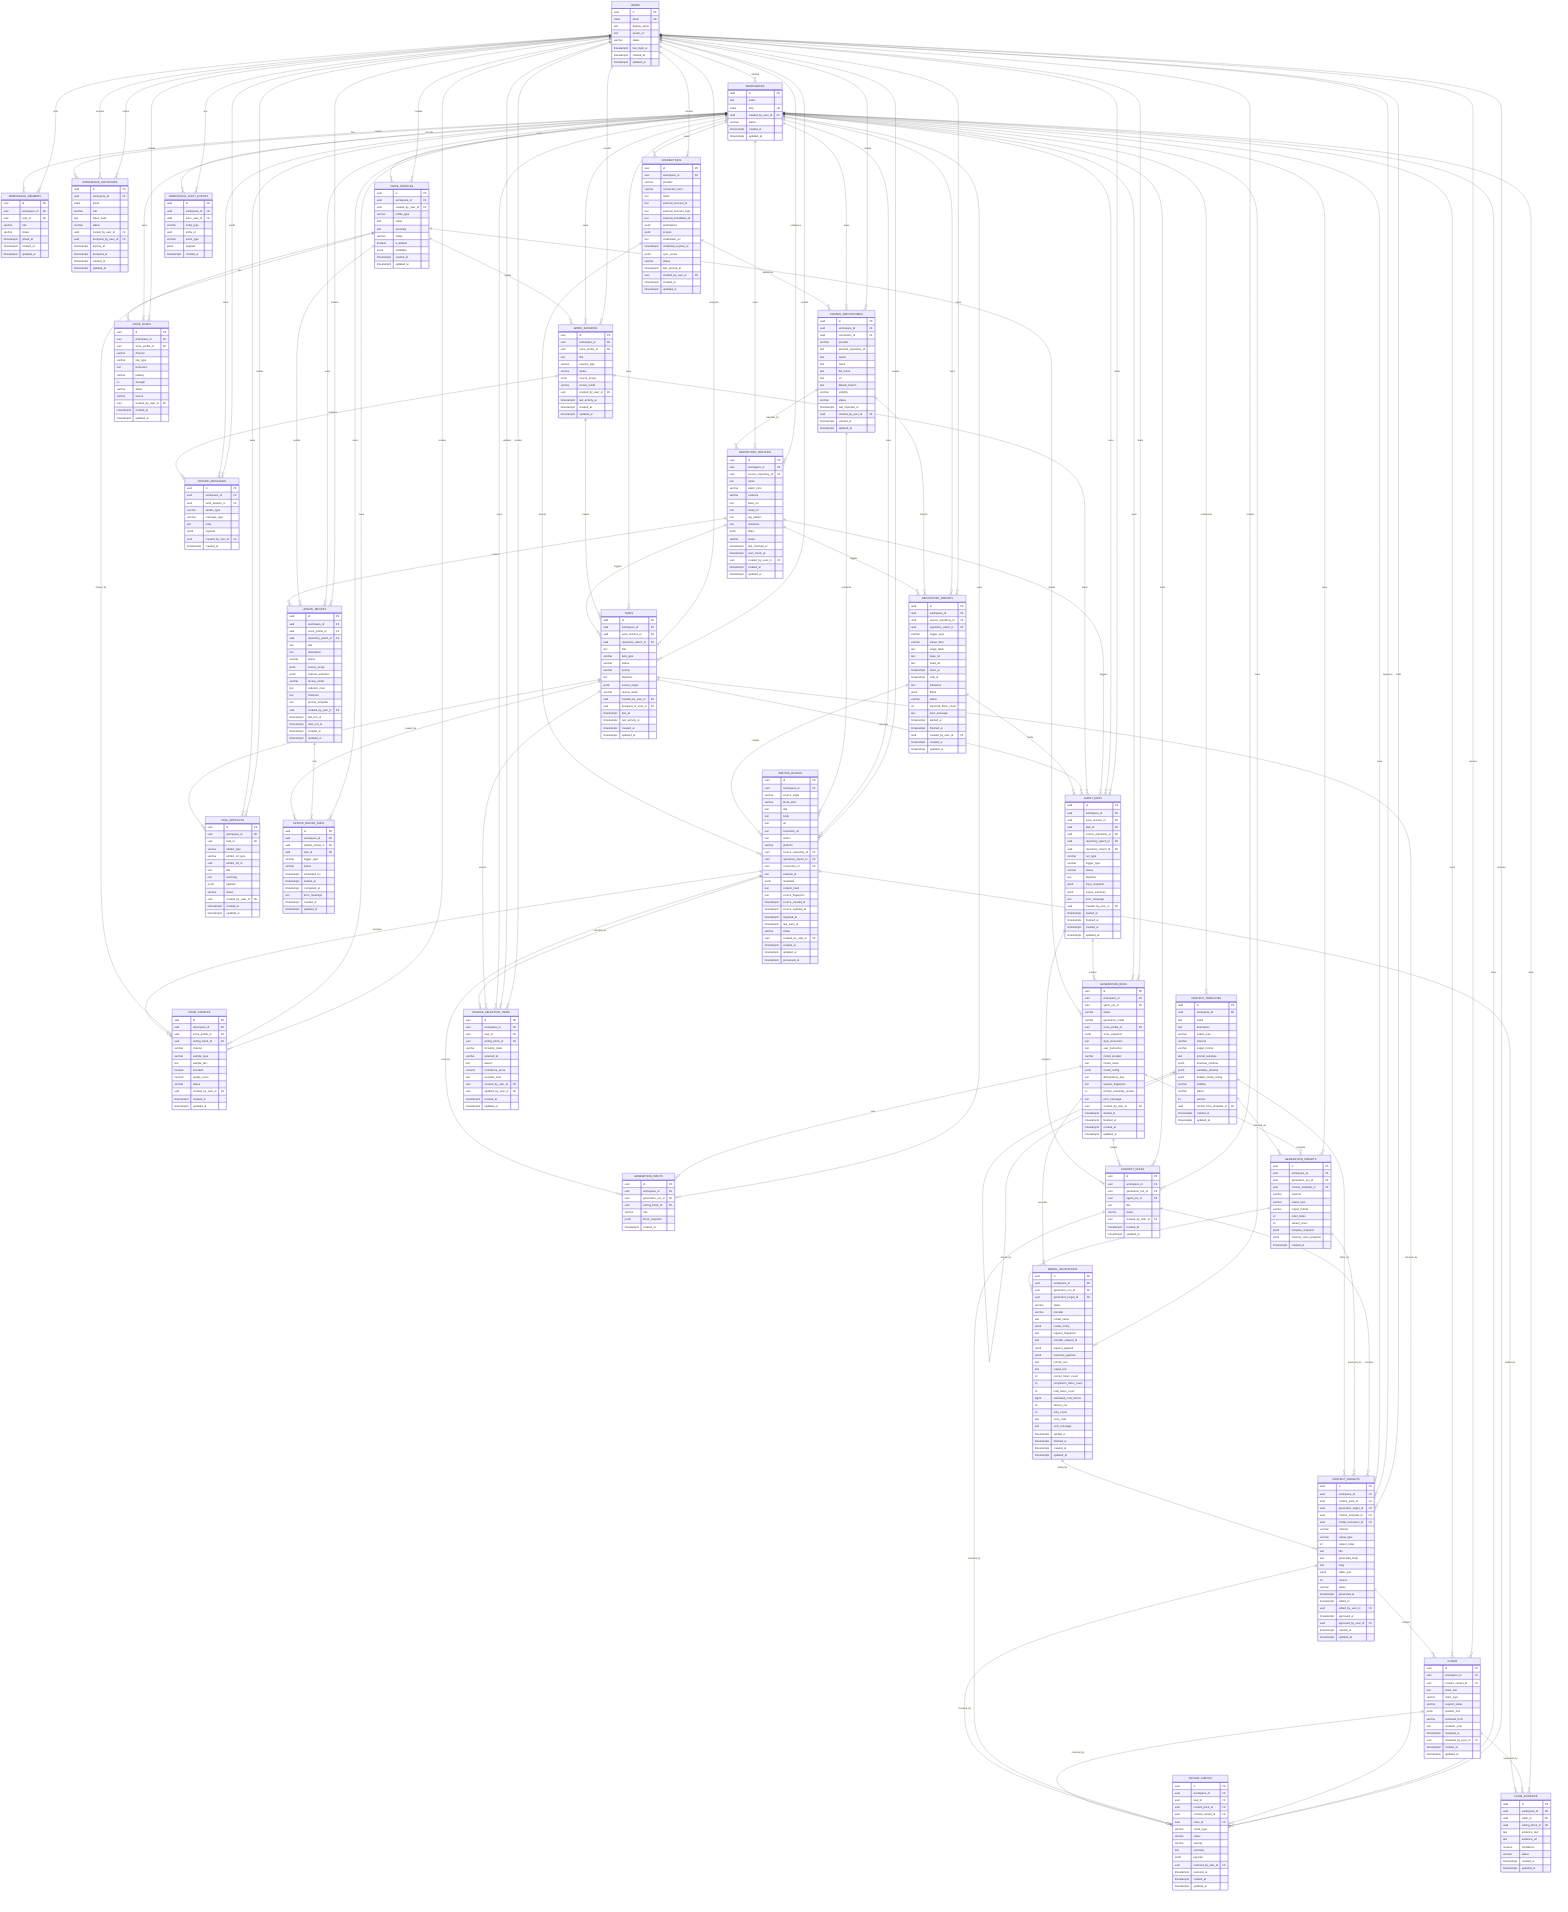
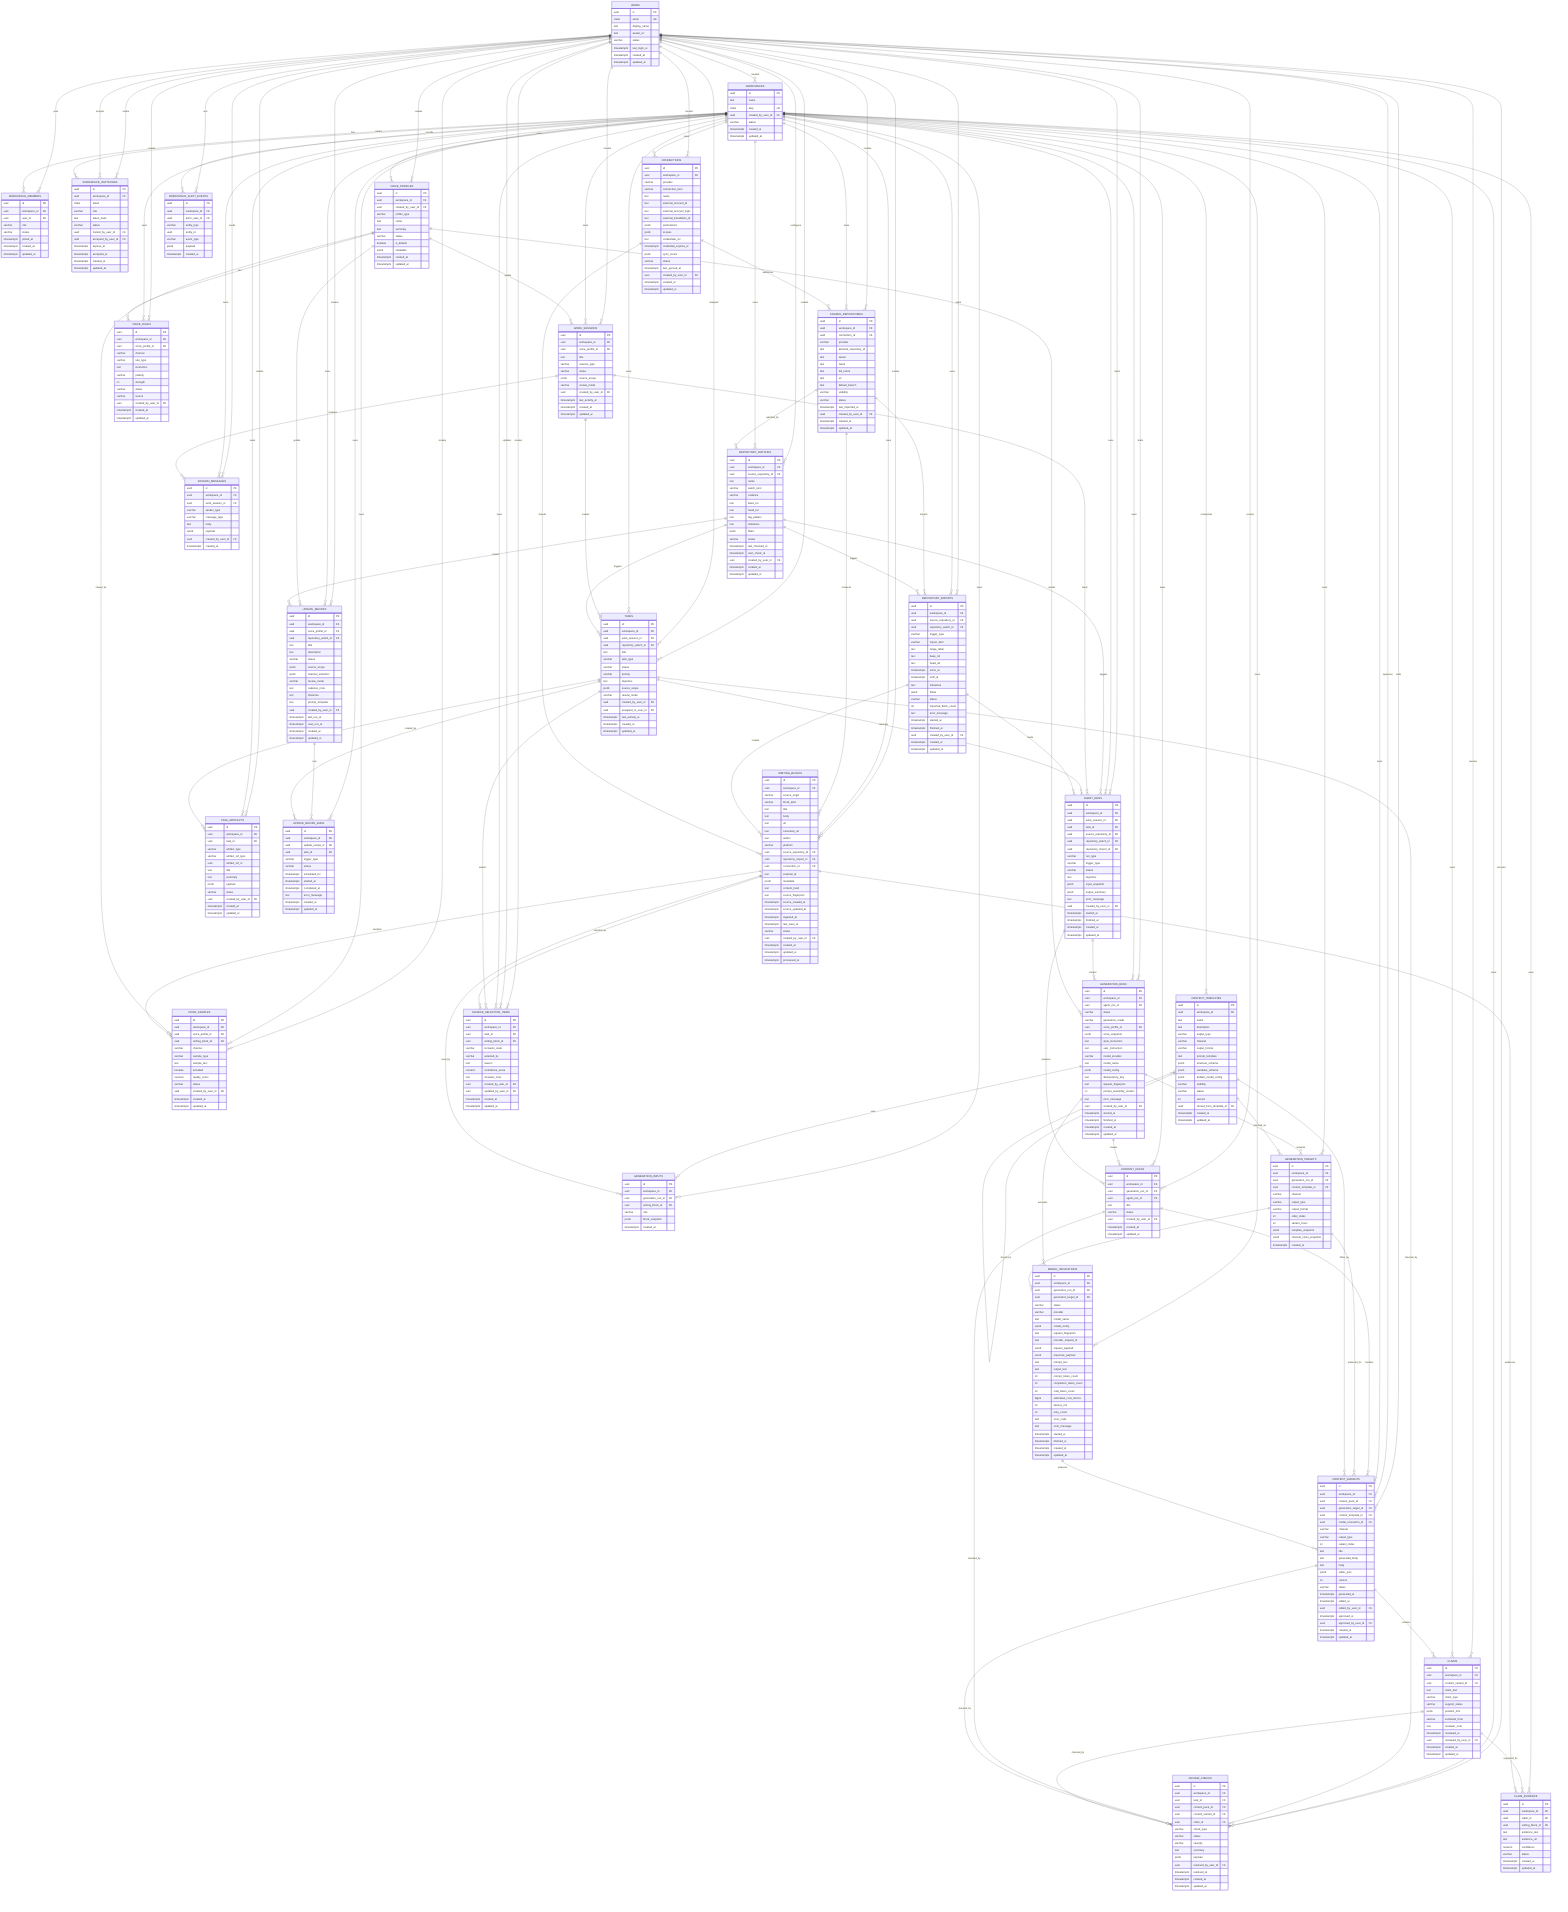
erDiagram
    USERS {
        uuid id PK
        citext email UK
        text display_name
        text avatar_url
        varchar status
        timestamptz last_login_at
        timestamptz created_at
        timestamptz updated_at
    }

    WORKSPACES {
        uuid id PK
        text name
        citext slug UK
        uuid created_by_user_id FK
        varchar status
        timestamptz created_at
        timestamptz updated_at
    }

    WORKSPACE_MEMBERS {
        uuid id PK
        uuid workspace_id FK
        uuid user_id FK
        varchar role
        varchar status
        timestamptz joined_at
        timestamptz created_at
        timestamptz updated_at
    }

    WORKSPACE_INVITATIONS {
        uuid id PK
        uuid workspace_id FK
        citext email
        varchar role
        text token_hash
        varchar status
        uuid invited_by_user_id FK
        uuid accepted_by_user_id FK
        timestamptz expires_at
        timestamptz accepted_at
        timestamptz created_at
        timestamptz updated_at
    }

    SOURCE_REPOSITORIES {
        uuid id PK
        uuid workspace_id FK
        uuid connection_id FK
        varchar provider
        text external_repository_id
        text owner
        text name
        text full_name
        text url
        text default_branch
        varchar visibility
        varchar status
        timestamptz last_imported_at
        uuid created_by_user_id FK
        timestamptz created_at
        timestamptz updated_at
    }

    REPOSITORY_WATCHES {
        uuid id PK
        uuid workspace_id FK
        uuid source_repository_id FK
        text name
        varchar watch_kind
        varchar cadence
        text base_ref
        text head_ref
        text tag_pattern
        text milestone
        jsonb filters
        varchar status
        timestamptz last_checked_at
        timestamptz next_check_at
        uuid created_by_user_id FK
        timestamptz created_at
        timestamptz updated_at
    }

    REPOSITORY_IMPORTS {
        uuid id PK
        uuid workspace_id FK
        uuid source_repository_id FK
        uuid repository_watch_id FK
        varchar trigger_type
        varchar import_kind
        text range_label
        text base_ref
        text head_ref
        timestamptz since_at
        timestamptz until_at
        text milestone
        jsonb filters
        varchar status
        int imported_block_count
        text error_message
        timestamptz started_at
        timestamptz finished_at
        uuid created_by_user_id FK
        timestamptz created_at
        timestamptz updated_at
    }

    CONNECTIONS {
        uuid id PK
        uuid workspace_id FK
        varchar provider
        varchar connection_kind
        text name
        text external_account_id
        text external_account_login
        text external_installation_id
        jsonb permissions
        jsonb scopes
        text credentials_ref
        timestamptz credential_expires_at
        jsonb sync_cursor
        varchar status
        timestamptz last_synced_at
        uuid created_by_user_id FK
        timestamptz created_at
        timestamptz updated_at
    }

    WRITING_BLOCKS {
        uuid id PK
        uuid workspace_id FK
        varchar source_origin
        varchar block_kind
        text title
        text body
        text url
        text canonical_url
        text author
        varchar platform
        uuid source_repository_id FK
        uuid repository_import_id FK
        uuid connection_id FK
        text external_id
        jsonb metadata
        text content_hash
        text source_fingerprint
        timestamptz source_created_at
        timestamptz source_updated_at
        timestamptz ingested_at
        timestamptz last_seen_at
        varchar status
        uuid created_by_user_id FK
        timestamptz created_at
        timestamptz updated_at
        timestamptz processed_at
    }

    VOICE_PROFILES {
        uuid id PK
        uuid workspace_id FK
        uuid created_by_user_id FK
        varchar profile_type
        text name
        text summary
        varchar status
        boolean is_default
        jsonb metadata
        timestamptz created_at
        timestamptz updated_at
    }

    VOICE_SAMPLES {
        uuid id PK
        uuid workspace_id FK
        uuid voice_profile_id FK
        uuid writing_block_id FK
        varchar channel
        varchar sample_type
        text sample_text
        boolean included
        numeric quality_score
        varchar status
        uuid created_by_user_id FK
        timestamptz created_at
        timestamptz updated_at
    }

    VOICE_RULES {
        uuid id PK
        uuid workspace_id FK
        uuid voice_profile_id FK
        varchar channel
        varchar rule_type
        text instruction
        varchar polarity
        int strength
        varchar status
        varchar source
        uuid created_by_user_id FK
        timestamptz created_at
        timestamptz updated_at
    }

    CONTENT_TEMPLATES {
        uuid id PK
        uuid workspace_id FK
        text name
        text description
        varchar output_type
        varchar channel
        varchar output_format
        text prompt_template
        jsonb structure_schema
        jsonb variables_schema
        jsonb default_model_config
        varchar visibility
        varchar status
        int version
        uuid cloned_from_template_id FK
        timestamptz created_at
        timestamptz updated_at
    }

    WORK_SESSIONS {
        uuid id PK
        uuid workspace_id FK
        uuid voice_profile_id FK
        text title
        varchar session_type
        varchar status
        jsonb source_scope
        varchar review_mode
        uuid created_by_user_id FK
        timestamptz last_activity_at
        timestamptz created_at
        timestamptz updated_at
    }

    SESSION_MESSAGES {
        uuid id PK
        uuid workspace_id FK
        uuid work_session_id FK
        varchar sender_type
        varchar message_type
        text body
        jsonb payload
        uuid created_by_user_id FK
        timestamptz created_at
    }

    TASKS {
        uuid id PK
        uuid workspace_id FK
        uuid work_session_id FK
        uuid repository_watch_id FK
        text title
        varchar task_type
        varchar status
        varchar priority
        text objective
        jsonb source_scope
        varchar review_mode
        uuid created_by_user_id FK
        uuid assigned_to_user_id FK
-         timestamptz due_at
        timestamptz last_activity_at
        timestamptz created_at
        timestamptz updated_at
    }

    TASK_ARTIFACTS {
        uuid id PK
        uuid workspace_id FK
        uuid task_id FK
        varchar artifact_type
        varchar artifact_ref_type
        uuid artifact_ref_id
        text title
        text summary
        jsonb payload
        varchar status
        uuid created_by_user_id FK
        timestamptz created_at
        timestamptz updated_at
    }

    SOURCE_SELECTION_ITEMS {
        uuid id PK
        uuid workspace_id FK
        uuid task_id FK
        uuid writing_block_id FK
        varchar inclusion_state
        varchar selected_by
        text reason
        numeric confidence_score
        text reviewer_note
        uuid created_by_user_id FK
        uuid updated_by_user_id FK
        timestamptz created_at
        timestamptz updated_at
    }

    REVIEW_CHECKS {
        uuid id PK
        uuid workspace_id FK
        uuid task_id FK
        uuid content_pack_id FK
        uuid content_variant_id FK
        uuid claim_id FK
        varchar check_type
        varchar status
        varchar severity
        text summary
        jsonb payload
        uuid resolved_by_user_id FK
        timestamptz resolved_at
        timestamptz created_at
        timestamptz updated_at
    }

    UPDATE_RECIPES {
        uuid id PK
        uuid workspace_id FK
        uuid voice_profile_id FK
        uuid repository_watch_id FK
        text title
        text description
        varchar status
        jsonb source_scope
        jsonb channel_selection
        varchar review_mode
        text cadence_rrule
        text timezone
        text prompt_template
        uuid created_by_user_id FK
        timestamptz last_run_at
        timestamptz next_run_at
        timestamptz created_at
        timestamptz updated_at
    }

    UPDATE_RECIPE_RUNS {
        uuid id PK
        uuid workspace_id FK
        uuid update_recipe_id FK
        uuid task_id FK
        varchar trigger_type
        varchar status
        timestamptz scheduled_for
        timestamptz started_at
        timestamptz completed_at
        text error_message
        timestamptz created_at
        timestamptz updated_at
    }

    AGENT_RUNS {
        uuid id PK
        uuid workspace_id FK
        uuid work_session_id FK
        uuid task_id FK
        uuid source_repository_id FK
        uuid repository_watch_id FK
        uuid repository_import_id FK
        varchar run_type
        varchar trigger_type
        varchar status
        text objective
        jsonb input_snapshot
        jsonb output_summary
        text error_message
        uuid created_by_user_id FK
        timestamptz started_at
        timestamptz finished_at
        timestamptz created_at
        timestamptz updated_at
    }

    GENERATION_RUNS {
        uuid id PK
        uuid workspace_id FK
        uuid agent_run_id FK
        varchar status
        varchar generation_mode
        uuid voice_profile_id FK
        jsonb voice_snapshot
        text style_instruction
        text user_instruction
        varchar model_provider
        text model_name
        jsonb model_config
        text idempotency_key
        text request_fingerprint
        int prompt_assembly_version
        text error_message
        uuid created_by_user_id FK
        timestamptz started_at
        timestamptz finished_at
        timestamptz created_at
        timestamptz updated_at
    }

    GENERATION_INPUTS {
        uuid id PK
        uuid workspace_id FK
        uuid generation_run_id FK
        uuid writing_block_id FK
        varchar role
        jsonb block_snapshot
        timestamptz created_at
    }

    GENERATION_TARGETS {
        uuid id PK
        uuid workspace_id FK
        uuid generation_run_id FK
        uuid content_template_id FK
        varchar channel
        varchar output_type
        varchar output_format
        int order_index
        int variant_count
        jsonb template_snapshot
        jsonb channel_voice_snapshot
        timestamptz created_at
    }

    MODEL_INVOCATIONS {
        uuid id PK
        uuid workspace_id FK
        uuid generation_run_id FK
        uuid generation_target_id FK
        varchar status
        varchar provider
        text model_name
        jsonb model_config
        text request_fingerprint
        text provider_request_id
        jsonb request_payload
        jsonb response_payload
        text prompt_text
        text output_text
        int prompt_token_count
        int completion_token_count
        int total_token_count
        bigint estimated_cost_micros
        int latency_ms
        int retry_count
        text error_code
        text error_message
        timestamptz started_at
        timestamptz finished_at
        timestamptz created_at
        timestamptz updated_at
    }

    CONTENT_PACKS {
        uuid id PK
        uuid workspace_id FK
        uuid generation_run_id FK
        uuid agent_run_id FK
        text title
        varchar status
        uuid created_by_user_id FK
        timestamptz created_at
        timestamptz updated_at
    }

    CONTENT_VARIANTS {
        uuid id PK
        uuid workspace_id FK
        uuid content_pack_id FK
        uuid generation_target_id FK
        uuid content_template_id FK
        uuid model_invocation_id FK
        varchar channel
        varchar output_type
        int variant_index
        text title
        text generated_body
        text body
        jsonb editor_json
        int version
        varchar status
        timestamptz generated_at
        timestamptz edited_at
        uuid edited_by_user_id FK
        timestamptz approved_at
        uuid approved_by_user_id FK
        timestamptz created_at
        timestamptz updated_at
    }

    CLAIMS {
        uuid id PK
        uuid workspace_id FK
        uuid content_variant_id FK
        text claim_text
        varchar claim_type
        varchar support_status
        jsonb position_hint
        varchar extracted_from
        text reviewer_note
        timestamptz reviewed_at
        uuid reviewed_by_user_id FK
        timestamptz created_at
        timestamptz updated_at
    }

    CLAIM_EVIDENCE {
        uuid id PK
        uuid workspace_id FK
        uuid claim_id FK
        uuid writing_block_id FK
        text evidence_text
        text evidence_url
        numeric confidence
        varchar status
        timestamptz created_at
        timestamptz updated_at
    }

    WORKSPACE_AUDIT_EVENTS {
        uuid id PK
        uuid workspace_id FK
        uuid actor_user_id FK
        varchar entity_type
        uuid entity_id
        varchar event_type
        jsonb payload
        timestamptz created_at
    }

    USERS ||--o{ WORKSPACES : created
    USERS ||--o{ WORKSPACE_MEMBERS : joins
    USERS ||--o{ WORKSPACE_INVITATIONS : invites
    USERS ||--o{ WORKSPACE_INVITATIONS : accepts
    USERS ||--o{ SOURCE_REPOSITORIES : creates
    USERS ||--o{ REPOSITORY_WATCHES : configures
    USERS ||--o{ REPOSITORY_IMPORTS : starts
    USERS ||--o{ CONNECTIONS : creates
    USERS ||--o{ WRITING_BLOCKS : creates
    USERS ||--o{ VOICE_PROFILES : creates
    USERS ||--o{ VOICE_SAMPLES : creates
    USERS ||--o{ VOICE_RULES : creates
    USERS ||--o{ WORK_SESSIONS : creates
    USERS ||--o{ SESSION_MESSAGES : sends
    USERS ||--o{ TASKS : creates
    USERS ||--o{ TASKS : assigned
    USERS ||--o{ TASK_ARTIFACTS : creates
    USERS ||--o{ SOURCE_SELECTION_ITEMS : creates
    USERS ||--o{ SOURCE_SELECTION_ITEMS : updates
    USERS ||--o{ REVIEW_CHECKS : resolves
    USERS ||--o{ UPDATE_RECIPES : creates
    USERS ||--o{ AGENT_RUNS : starts
    USERS ||--o{ GENERATION_RUNS : starts
    USERS ||--o{ CONTENT_PACKS : creates
    USERS ||--o{ CONTENT_VARIANTS : edits
    USERS ||--o{ CONTENT_VARIANTS : approves
    USERS ||--o{ CLAIMS : reviews
    USERS ||--o{ WORKSPACE_AUDIT_EVENTS : acts

    WORKSPACES ||--o{ WORKSPACE_MEMBERS : has
    WORKSPACES ||--o{ WORKSPACE_INVITATIONS : invites
    WORKSPACES ||--o{ SOURCE_REPOSITORIES : owns
    WORKSPACES ||--o{ REPOSITORY_WATCHES : owns
    WORKSPACES ||--o{ REPOSITORY_IMPORTS : owns
    WORKSPACES ||--o{ CONNECTIONS : owns
    WORKSPACES ||--o{ WRITING_BLOCKS : owns
    WORKSPACES ||--o{ VOICE_PROFILES : owns
    WORKSPACES ||--o{ VOICE_SAMPLES : owns
    WORKSPACES ||--o{ VOICE_RULES : owns
    WORKSPACES ||--o{ CONTENT_TEMPLATES : customizes
    WORKSPACES ||--o{ WORK_SESSIONS : owns
    WORKSPACES ||--o{ SESSION_MESSAGES : owns
    WORKSPACES ||--o{ TASKS : owns
    WORKSPACES ||--o{ TASK_ARTIFACTS : owns
    WORKSPACES ||--o{ SOURCE_SELECTION_ITEMS : owns
    WORKSPACES ||--o{ REVIEW_CHECKS : owns
    WORKSPACES ||--o{ UPDATE_RECIPES : owns
    WORKSPACES ||--o{ UPDATE_RECIPE_RUNS : owns
    WORKSPACES ||--o{ AGENT_RUNS : owns
    WORKSPACES ||--o{ GENERATION_RUNS : owns
    WORKSPACES ||--o{ GENERATION_INPUTS : owns
    WORKSPACES ||--o{ GENERATION_TARGETS : owns
    WORKSPACES ||--o{ MODEL_INVOCATIONS : owns
    WORKSPACES ||--o{ CONTENT_PACKS : owns
    WORKSPACES ||--o{ CONTENT_VARIANTS : owns
    WORKSPACES ||--o{ CLAIMS : owns
    WORKSPACES ||--o{ CLAIM_EVIDENCE : owns
    WORKSPACES ||--o{ WORKSPACE_AUDIT_EVENTS : records

    CONNECTIONS ||--o{ SOURCE_REPOSITORIES : authorizes
    SOURCE_REPOSITORIES ||--o{ REPOSITORY_WATCHES : watched_by
    SOURCE_REPOSITORIES ||--o{ REPOSITORY_IMPORTS : imports
    REPOSITORY_WATCHES ||--o{ REPOSITORY_IMPORTS : triggers
    SOURCE_REPOSITORIES ||--o{ WRITING_BLOCKS : produces
    REPOSITORY_IMPORTS ||--o{ WRITING_BLOCKS : creates
    CONNECTIONS ||--o{ WRITING_BLOCKS : imports
    VOICE_PROFILES ||--o{ VOICE_SAMPLES : trained_by
    WRITING_BLOCKS ||--o{ VOICE_SAMPLES : samples
    VOICE_PROFILES ||--o{ VOICE_RULES : has
    CONTENT_TEMPLATES ||--o{ CONTENT_TEMPLATES : cloned_by

    VOICE_PROFILES ||--o{ WORK_SESSIONS : guides
    WORK_SESSIONS ||--o{ SESSION_MESSAGES : contains
    WORK_SESSIONS ||--o{ TASKS : creates
    REPOSITORY_WATCHES ||--o{ TASKS : triggers
    TASKS ||--o{ TASK_ARTIFACTS : produces
    TASKS ||--o{ SOURCE_SELECTION_ITEMS : selects
    WRITING_BLOCKS ||--o{ SOURCE_SELECTION_ITEMS : selected_as
    TASKS ||--o{ REVIEW_CHECKS : checked_by
    CONTENT_PACKS ||--o{ REVIEW_CHECKS : checked_by
    CONTENT_VARIANTS ||--o{ REVIEW_CHECKS : checked_by
    CLAIMS ||--o{ REVIEW_CHECKS : checked_by
    VOICE_PROFILES ||--o{ UPDATE_RECIPES : guides
    REPOSITORY_WATCHES ||--o{ UPDATE_RECIPES : scopes
    UPDATE_RECIPES ||--o{ UPDATE_RECIPE_RUNS : runs
    TASKS ||--o{ UPDATE_RECIPE_RUNS : created_by

    REPOSITORY_WATCHES ||--o{ AGENT_RUNS : triggers
    WORK_SESSIONS ||--o{ AGENT_RUNS : starts
    TASKS ||--o{ AGENT_RUNS : executes
    REPOSITORY_IMPORTS ||--o{ AGENT_RUNS : feeds
    AGENT_RUNS ||--o{ GENERATION_RUNS : creates
    VOICE_PROFILES ||--o{ GENERATION_RUNS : guides
    GENERATION_RUNS ||--o{ GENERATION_INPUTS : uses
    WRITING_BLOCKS ||--o{ GENERATION_INPUTS : used_by
    GENERATION_RUNS ||--o{ GENERATION_TARGETS : requests
    CONTENT_TEMPLATES ||--o{ GENERATION_TARGETS : selected_as
    GENERATION_RUNS ||--o{ MODEL_INVOCATIONS : executes
    GENERATION_TARGETS ||--o{ MODEL_INVOCATIONS : prompts
    GENERATION_RUNS ||--o{ CONTENT_PACKS : creates
    AGENT_RUNS ||--o{ CONTENT_PACKS : prepares
    CONTENT_PACKS ||--o{ CONTENT_VARIANTS : contains
    GENERATION_TARGETS ||--o{ CONTENT_VARIANTS : produced_for
    CONTENT_TEMPLATES ||--o{ CONTENT_VARIANTS : filters_by
    MODEL_INVOCATIONS ||--o{ CONTENT_VARIANTS : produces
    CONTENT_VARIANTS ||--o{ CLAIMS : contains
    CLAIMS ||--o{ CLAIM_EVIDENCE : supported_by
    WRITING_BLOCKS ||--o{ CLAIM_EVIDENCE : evidences
